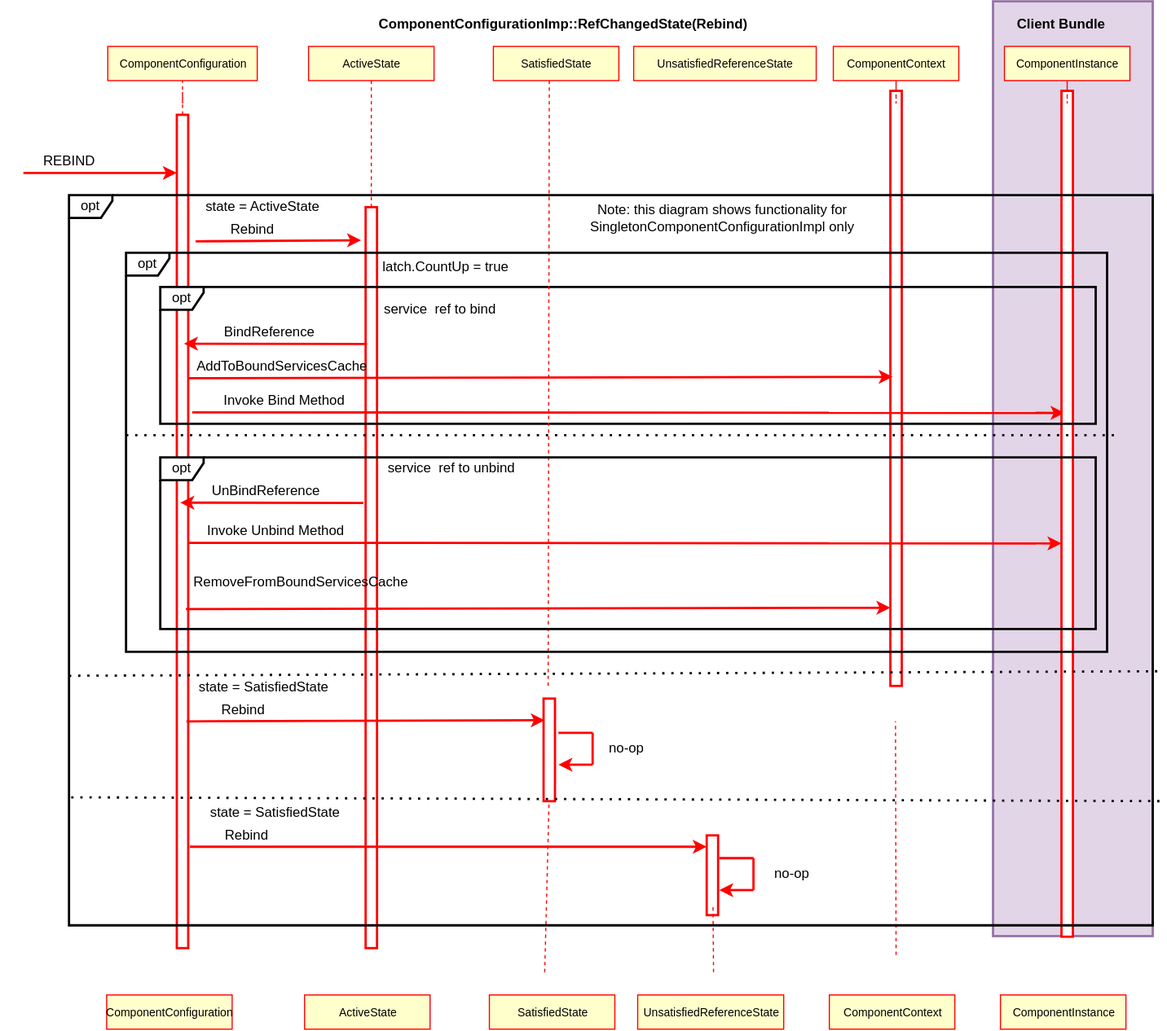
Before: text/0003-declarative-services/ComponentConfigurationRebind.svg, a diagram exported from draw.io (CppMicroServices/rfcs). Source tidied: cells renumbered, new cells last; positions are measured from the earlier drawing's top-left corner, leaving out a move shared by most shapes.
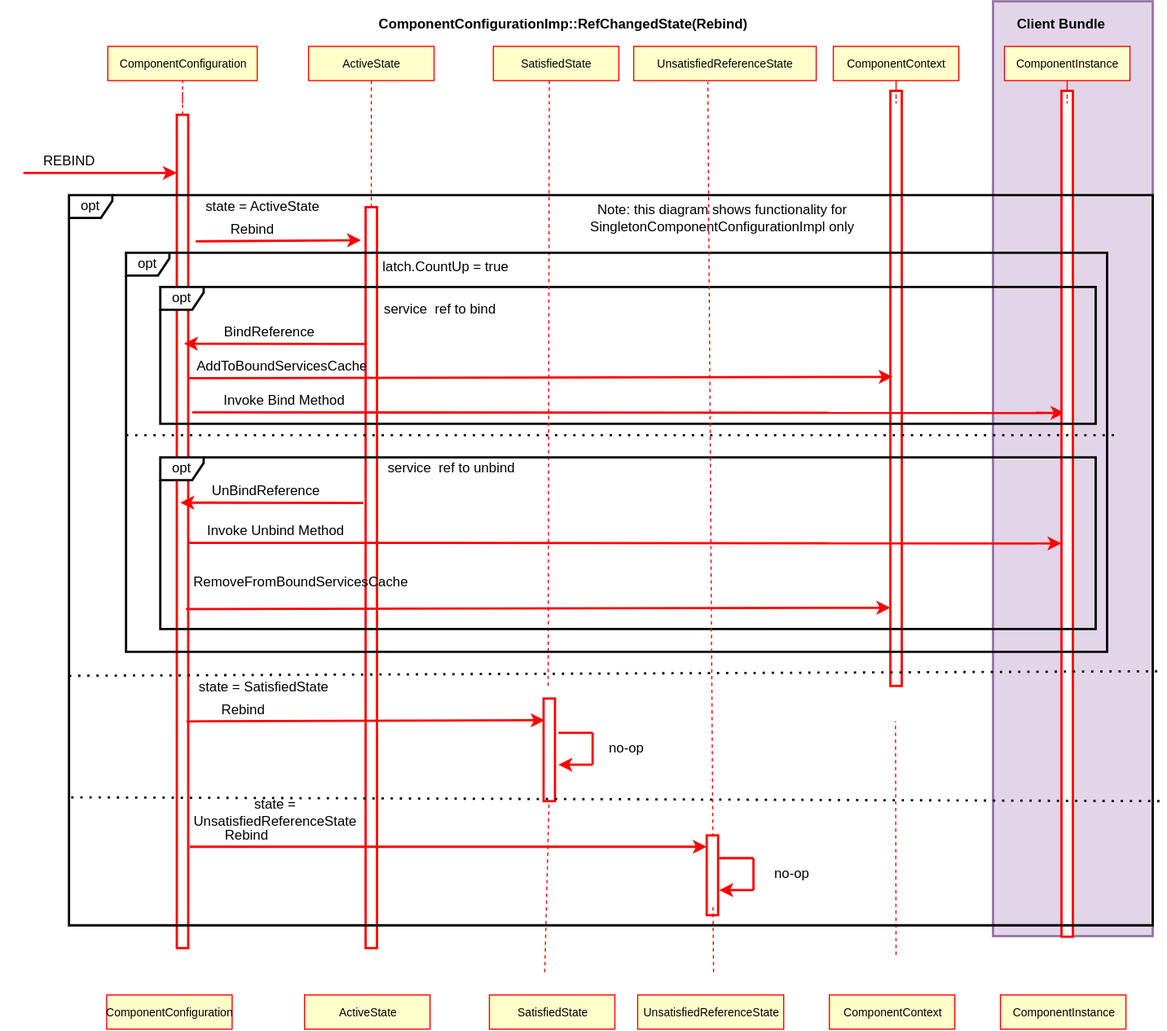
After the commit.

Commit message:
Update DS RFC sequence diagrams

Updated the DS RFC sequence diagrams with changes from team review.Signed-off-by: The MathWorks, Inc. <pelliott@mathworks.com>

Change to the diagram source:
```diff
@@ -176,7 +176,7 @@
     <mxCell id="50" value="no-op" style="text;html=1;strokeColor=none;fillColor=none;align=center;verticalAlign=middle;whiteSpace=wrap;rounded=0;" parent="1" vertex="1">
       <mxGeometry x="529" y="646.1" width="40" height="20" as="geometry" />
     </mxCell>
-    <mxCell id="51" value="state = SatisfiedState" style="text;html=1;strokeColor=none;fillColor=none;align=center;verticalAlign=middle;whiteSpace=wrap;rounded=0;" parent="1" vertex="1">
+    <mxCell id="51" value="state = UnsatisfiedReferenceState" style="text;html=1;strokeColor=none;fillColor=none;align=center;verticalAlign=middle;whiteSpace=wrap;rounded=0;" parent="1" vertex="1">
       <mxGeometry x="176" y="702.1" width="130" height="20" as="geometry" />
     </mxCell>
     <mxCell id="52" style="endArrow=classic;html=1;strokeColor=#FF0000;strokeWidth=2;" parent="1" edge="1" target="20">
@@ -259,6 +259,11 @@
     <mxCell id="69" value="opt" style="shape=umlFrame;whiteSpace=wrap;html=1;strokeWidth=2;width=38;height=20;" parent="1" vertex="1">
       <mxGeometry x="140" y="400.4" width="820" height="150.6" as="geometry" />
     </mxCell>
+    <mxCell id="71" style="endArrow=none;html=1;dashed=1;strokeColor=#FF0000;exitX=0.54;exitY=0.016;exitDx=0;exitDy=0;exitPerimeter=0;" parent="1" edge="1" source="20">
+      <mxGeometry relative="1" as="geometry">
+        <mxPoint x="620" y="71" as="targetPoint" />
+      </mxGeometry>
+    </mxCell>
     <mxCell id="70" value="opt" style="shape=umlFrame;whiteSpace=wrap;html=1;strokeWidth=2;width=38;height=20;" parent="1" vertex="1">
       <mxGeometry x="60" y="170.4" width="950" height="640.5" as="geometry" />
     </mxCell>
```
